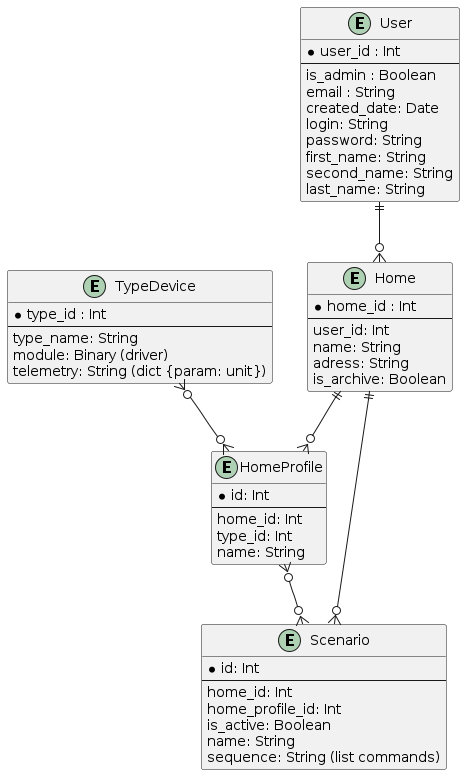
Before: diagrams/ER/warmhouse_ER_diagram.png, a diagram exported from PlantUML (AIofHuman/architecture-sprint-3).
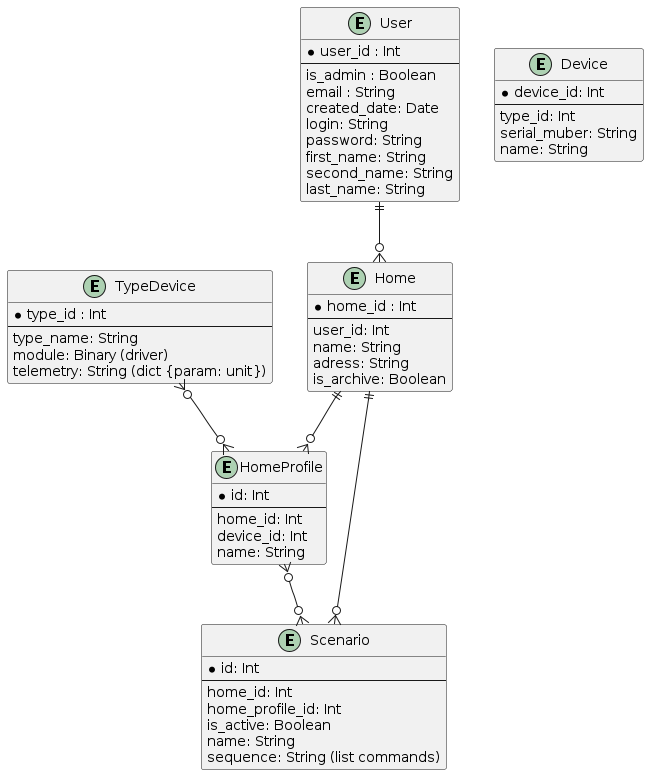
Later version of the same file.

Commit message:
Automated diagram generation

What changed in the source:
```diff
@@ -29,11 +29,19 @@
     telemetry: String (dict {param: unit})
 }
 
+entity Device {
+    *device_id: Int
+    --
+    type_id: Int
+    serial_muber: String
+    name: String
+}
+
 entity HomeProfile {
     *id: Int
     --
     home_id: Int
-    type_id: Int
+    device_id: Int
     name: String
 }
 
```
